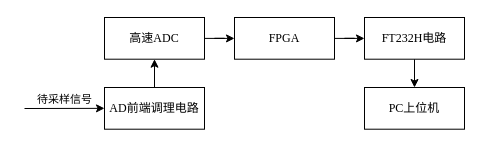
taohuu/taohuu.github.io keeps this draw.io diagram as 采集系统结构框图.drawio. Above is the earlier version. Source tidied: cells renumbered, new cells numbered last; positions are measured from the earlier drawing's top-left corner, leaving out a move shared by most shapes. Both pictures are drawn from the tidied source at 100%, with x=0, y=0 at pixel (24, 17).
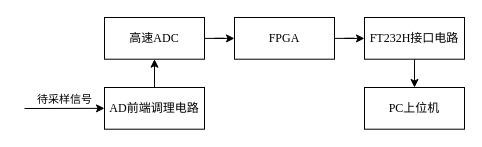
Above is the later version.

Commit message:
更新采集系统结构框图.drawio

What changed in the source:
```diff
@@
 <mxGraphModel>
   <root>
     <mxCell id="0" />
     <mxCell id="1" parent="0" />
     <mxCell id="2" style="edgeStyle=orthogonalEdgeStyle;rounded=0;jettySize=auto;html=1;" parent="1" edge="1" source="3" target="5">
       <mxGeometry relative="1" as="geometry" />
     </mxCell>
     <mxCell id="3" value="&lt;font face=&quot;Times New Roman&quot;&gt;AD&lt;/font&gt;&lt;font face=&quot;宋体&quot;&gt;前端调理电路&lt;/font&gt;" style="rounded=0;whiteSpace=wrap;html=1;" parent="1" vertex="1">
       <mxGeometry x="80" y="70" width="100" height="41.7" as="geometry" />
     </mxCell>
     <mxCell id="4" style="edgeStyle=orthogonalEdgeStyle;rounded=0;jettySize=auto;html=1;" parent="1" edge="1" source="5" target="7">
       <mxGeometry relative="1" as="geometry" />
     </mxCell>
     <mxCell id="5" value="&lt;font face=&quot;宋体&quot;&gt;高速&lt;/font&gt;&lt;font face=&quot;Times New Roman&quot;&gt;ADC&lt;/font&gt;" style="rounded=0;whiteSpace=wrap;html=1;" parent="1" vertex="1">
       <mxGeometry x="80" width="100" height="41.7" as="geometry" />
     </mxCell>
     <mxCell id="6" style="edgeStyle=orthogonalEdgeStyle;rounded=0;jettySize=auto;html=1;" parent="1" edge="1" source="7" target="9">
       <mxGeometry relative="1" as="geometry" />
     </mxCell>
     <mxCell id="7" value="&lt;font face=&quot;Times New Roman&quot;&gt;FPGA&lt;/font&gt;" style="rounded=0;whiteSpace=wrap;html=1;" parent="1" vertex="1">
       <mxGeometry x="210" width="100" height="41.7" as="geometry" />
     </mxCell>
     <mxCell id="8" style="edgeStyle=orthogonalEdgeStyle;rounded=0;jettySize=auto;html=1;" parent="1" edge="1" source="9" target="10">
       <mxGeometry relative="1" as="geometry" />
     </mxCell>
-    <mxCell id="9" value="&lt;font face=&quot;Times New Roman&quot;&gt;FT232H&lt;/font&gt;&lt;font face=&quot;宋体&quot;&gt;电路&lt;/font&gt;" style="rounded=0;whiteSpace=wrap;html=1;" parent="1" vertex="1">
+    <mxCell id="9" value="&lt;font face=&quot;Times New Roman&quot;&gt;FT232H&lt;/font&gt;&lt;font face=&quot;宋体&quot;&gt;接口电路&lt;/font&gt;" style="rounded=0;whiteSpace=wrap;html=1;" parent="1" vertex="1">
       <mxGeometry x="340" width="100" height="41.7" as="geometry" />
     </mxCell>
     <mxCell id="10" value="&lt;font face=&quot;Times New Roman&quot;&gt;PC&lt;/font&gt;&lt;font face=&quot;宋体&quot;&gt;上位机&lt;/font&gt;" style="rounded=0;whiteSpace=wrap;html=1;" parent="1" vertex="1">
       <mxGeometry x="340" y="70" width="100" height="41.7" as="geometry" />
     </mxCell>
     <mxCell id="11" value="待采样信号" style="endArrow=classic;html=1;rounded=0;entryX=0;entryY=0.5;entryDx=0;entryDy=0;fontFamily=宋体;labelPosition=center;verticalLabelPosition=top;align=center;verticalAlign=bottom;" parent="1" edge="1" target="3">
       <mxGeometry relative="1" as="geometry">
         <mxPoint y="91" as="sourcePoint" />
       </mxGeometry>
     </mxCell>
   </root>
 </mxGraphModel>
```
